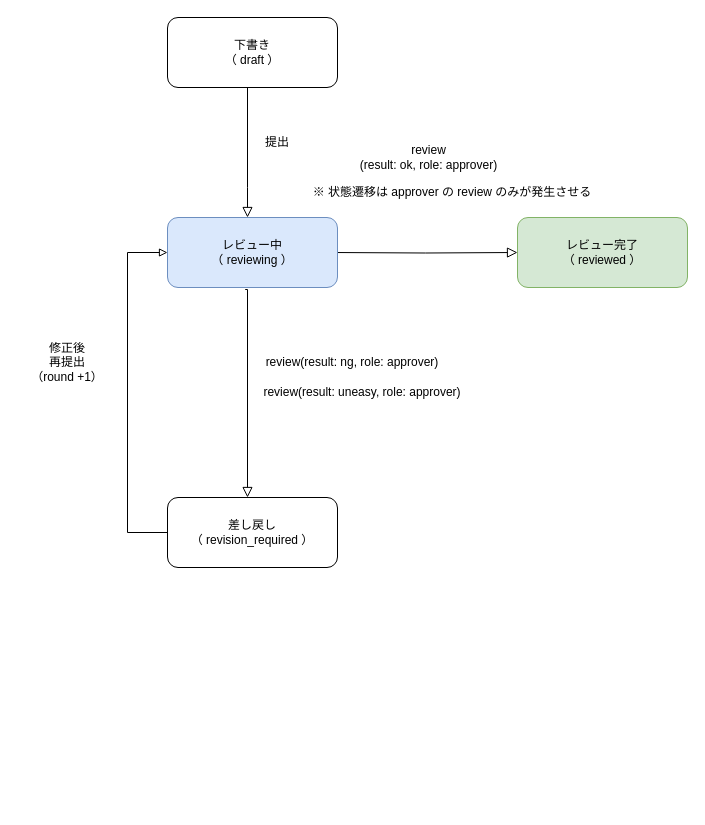
The draw.io diagram docs/state_diagram.drawio in mina-works/prejudge, before the edit. Source tidied: cells renumbered, new cells numbered last; positions are measured from the earlier drawing's top-left corner, leaving out a move shared by most shapes. Both pictures are drawn from the tidied source at 100%, with x=0, y=0 at pixel (17, 17).
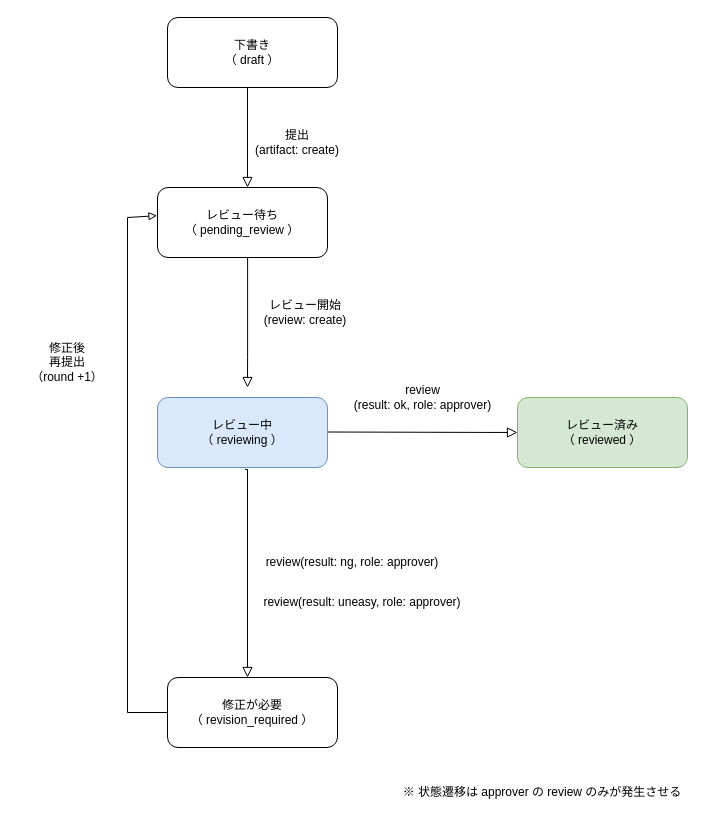
Above is the later version.

Change to the diagram source:
```diff
@@
     <mxCell id="2" style="rounded=0;html=1;jettySize=auto;orthogonalLoop=1;fontSize=11;endArrow=block;endFill=0;endSize=8;strokeWidth=1;shadow=0;labelBackgroundColor=none;edgeStyle=orthogonalEdgeStyle;" parent="1" edge="1">
       <mxGeometry relative="1" as="geometry">
         <mxPoint x="230" y="70" as="sourcePoint" />
-        <mxPoint x="230" y="200" as="targetPoint" />
+        <mxPoint x="230" y="170" as="targetPoint" />
         <Array as="points">
           <mxPoint x="230" y="170" />
         </Array>
       </mxGeometry>
     </mxCell>
@@
-    <mxCell id="4" value="&lt;font style=&quot;font-size: 12px;&quot;&gt;review&lt;br&gt;(result: ok, role: approver)&lt;/font&gt;" style="edgeStyle=orthogonalEdgeStyle;rounded=0;html=1;jettySize=auto;fontSize=11;endArrow=block;endFill=0;endSize=8;strokeWidth=1;shadow=0;labelBackgroundColor=none;" parent="1" edge="1" target="5">
-      <mxGeometry x="0.03" y="95" relative="1" as="geometry">
-        <mxPoint x="315" y="235" as="sourcePoint" />
-        <mxPoint x="1" as="offset" />
+    <mxCell id="4" value="&lt;font style=&quot;font-size: 12px;&quot;&gt;review&lt;br&gt;(result: ok, role: approver)&lt;/font&gt;" style="edgeStyle=orthogonalEdgeStyle;rounded=0;html=1;jettySize=auto;fontSize=11;endArrow=block;endFill=0;endSize=8;strokeWidth=1;shadow=0;labelBackgroundColor=none;entryX=0;entryY=0.5;entryDx=0;entryDy=0;" parent="1" edge="1" target="5">
+      <mxGeometry y="35" relative="1" as="geometry">
+        <mxPoint x="310" y="414.5" as="sourcePoint" />
       </mxGeometry>
     </mxCell>
-    <mxCell id="5" value="レビュー完了&lt;br&gt;（ reviewed ）" style="rounded=1;whiteSpace=wrap;html=1;fontSize=12;glass=0;strokeWidth=1;shadow=0;fillColor=#d5e8d4;strokeColor=#82b366;" parent="1" vertex="1">
-      <mxGeometry x="500" y="200" width="170" height="70" as="geometry" />
+    <mxCell id="5" value="レビュー済み&lt;br&gt;（ reviewed ）" style="rounded=1;whiteSpace=wrap;html=1;fontSize=12;glass=0;strokeWidth=1;shadow=0;fillColor=#d5e8d4;strokeColor=#82b366;" parent="1" vertex="1">
+      <mxGeometry x="500" y="380" width="170" height="70" as="geometry" />
     </mxCell>
-    <mxCell id="6" value="提出" style="text;html=1;whiteSpace=wrap;strokeColor=none;fillColor=none;align=center;verticalAlign=middle;rounded=0;" parent="1" vertex="1">
-      <mxGeometry x="230" y="110" width="60" height="30" as="geometry" />
+    <mxCell id="6" value="提出&lt;br&gt;(artifact: create)" style="text;html=1;whiteSpace=wrap;strokeColor=none;fillColor=none;align=center;verticalAlign=middle;rounded=0;" parent="1" vertex="1">
+      <mxGeometry x="230" y="110" width="100" height="30" as="geometry" />
     </mxCell>
-    <mxCell id="7" value="差し戻し&lt;br&gt;（&amp;nbsp;revision_required ）" style="rounded=1;whiteSpace=wrap;html=1;fontSize=12;glass=0;strokeWidth=1;shadow=0;" parent="1" vertex="1">
-      <mxGeometry x="150" y="480" width="170" height="70" as="geometry" />
+    <mxCell id="7" value="修正が必要&lt;br&gt;（&amp;nbsp;revision_required ）" style="rounded=1;whiteSpace=wrap;html=1;fontSize=12;glass=0;strokeWidth=1;shadow=0;" parent="1" vertex="1">
+      <mxGeometry x="150" y="660" width="170" height="70" as="geometry" />
     </mxCell>
-    <mxCell id="8" style="endArrow=block;html=1;rounded=0;endFill=0;exitX=0;exitY=0.5;exitDx=0;exitDy=0;entryX=0;entryY=0.5;entryDx=0;entryDy=0;" parent="1" edge="1" source="7" target="12">
+    <mxCell id="8" style="endArrow=block;html=1;rounded=0;endFill=0;exitX=0;exitY=0.5;exitDx=0;exitDy=0;entryX=-0.003;entryY=0.403;entryDx=0;entryDy=0;entryPerimeter=0;" parent="1" edge="1" source="7" target="15">
       <mxGeometry relative="1" as="geometry">
         <Array as="points">
-          <mxPoint x="110" y="515" />
-          <mxPoint x="110" y="235" />
+          <mxPoint x="110" y="695" />
+          <mxPoint x="110" y="200" />
         </Array>
       </mxGeometry>
     </mxCell>
@@
-    <mxCell id="10" style="rounded=0;html=1;jettySize=auto;fontSize=11;endArrow=block;endFill=0;endSize=8;strokeWidth=1;shadow=0;labelBackgroundColor=none;edgeStyle=orthogonalEdgeStyle;exitX=0.457;exitY=1.029;exitDx=0;exitDy=0;entryX=0.5;entryY=0;entryDx=0;entryDy=0;exitPerimeter=0;" parent="1" edge="1" source="12">
+    <mxCell id="10" style="rounded=0;html=1;jettySize=auto;orthogonalLoop=1;fontSize=11;endArrow=block;endFill=0;endSize=8;strokeWidth=1;shadow=0;labelBackgroundColor=none;edgeStyle=orthogonalEdgeStyle;exitX=0.457;exitY=1.029;exitDx=0;exitDy=0;entryX=0.5;entryY=0;entryDx=0;entryDy=0;exitPerimeter=0;" parent="1" edge="1">
       <mxGeometry relative="1" as="geometry">
-        <mxPoint x="230" y="480" as="targetPoint" />
+        <mxPoint x="227.7" y="452" as="sourcePoint" />
+        <mxPoint x="230" y="660" as="targetPoint" />
         <Array as="points">
-          <mxPoint x="230" y="272" />
+          <mxPoint x="230" y="452" />
         </Array>
       </mxGeometry>
     </mxCell>
     <mxCell id="11" value="review(result: ng, role: approver)" style="text;html=1;whiteSpace=wrap;strokeColor=none;fillColor=none;align=center;verticalAlign=middle;rounded=0;" parent="1" vertex="1">
-      <mxGeometry x="240" y="330" width="190" height="30" as="geometry" />
+      <mxGeometry x="240" y="530" width="190" height="30" as="geometry" />
     </mxCell>
     <mxCell id="12" value="&lt;div&gt;レビュー中&lt;/div&gt;&lt;div&gt;（ reviewing ）&lt;/div&gt;" style="rounded=1;whiteSpace=wrap;html=1;fontSize=12;glass=0;strokeWidth=1;shadow=0;fillColor=#dae8fc;strokeColor=#6c8ebf;" parent="1" vertex="1">
-      <mxGeometry x="150" y="200" width="170" height="70" as="geometry" />
+      <mxGeometry x="140" y="380" width="170" height="70" as="geometry" />
     </mxCell>
     <mxCell id="13" value="review(result: uneasy, role: approver)" style="text;html=1;whiteSpace=wrap;strokeColor=none;fillColor=none;align=center;verticalAlign=middle;rounded=0;" parent="1" vertex="1">
-      <mxGeometry x="240" y="360" width="210" height="30" as="geometry" />
+      <mxGeometry x="240" y="570" width="210" height="30" as="geometry" />
     </mxCell>
     <mxCell id="14" value="※ 状態遷移は approver の review のみが発生させる" style="text;html=1;whiteSpace=wrap;strokeColor=none;fillColor=none;align=center;verticalAlign=middle;rounded=0;" parent="1" vertex="1">
-      <mxGeometry x="290" y="160" width="290" height="30" as="geometry" />
+      <mxGeometry x="380" y="760" width="290" height="30" as="geometry" />
     </mxCell>
+    <mxCell id="15" value="レビュー待ち&lt;br&gt;（ pending_review ）" style="rounded=1;whiteSpace=wrap;html=1;fontSize=12;glass=0;strokeWidth=1;shadow=0;" parent="1" vertex="1">
+      <mxGeometry x="140" y="170" width="170" height="70" as="geometry" />
+    </mxCell>
+    <mxCell id="16" style="rounded=0;html=1;jettySize=auto;orthogonalLoop=1;fontSize=11;endArrow=block;endFill=0;endSize=8;strokeWidth=1;shadow=0;labelBackgroundColor=none;edgeStyle=orthogonalEdgeStyle;" parent="1" edge="1">
+      <mxGeometry relative="1" as="geometry">
+        <mxPoint x="230.1" y="240" as="sourcePoint" />
+        <mxPoint x="230" y="370" as="targetPoint" />
+        <Array as="points">
+          <mxPoint x="230.1" y="340" />
+        </Array>
+      </mxGeometry>
+    </mxCell>
+    <mxCell id="17" value="レビュー開始&lt;br&gt;(review: create)" style="text;html=1;whiteSpace=wrap;strokeColor=none;fillColor=none;align=center;verticalAlign=middle;rounded=0;" parent="1" vertex="1">
+      <mxGeometry x="240" y="280" width="96" height="30" as="geometry" />
+    </mxCell>
```
